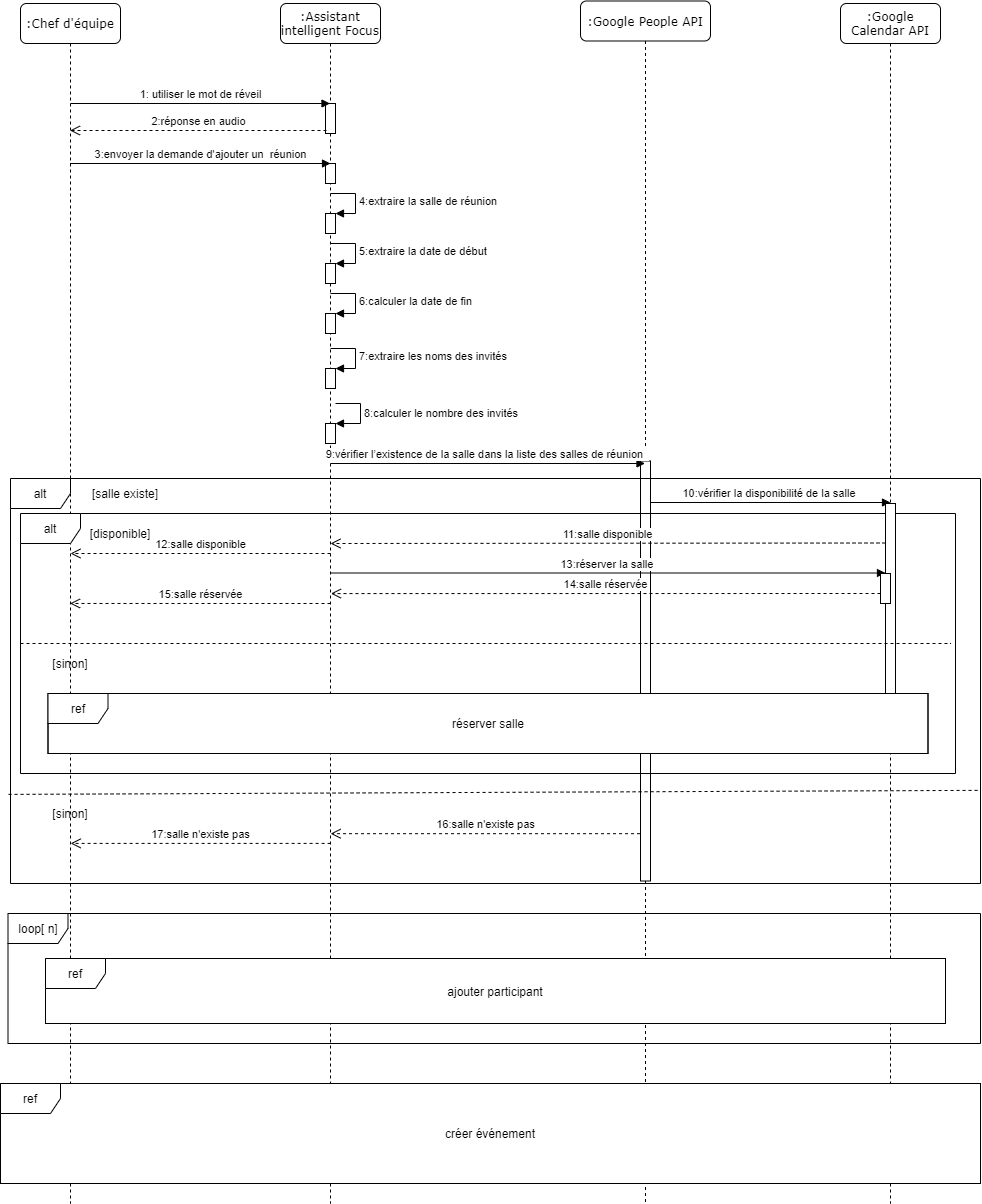
hanabouzid/diagrams keeps this draw.io diagram as finalregskill.png. Above is the earlier version. Source tidied: cells renumbered, new cells last; positions are measured from the earlier drawing's top-left corner, leaving out a move shared by most shapes.
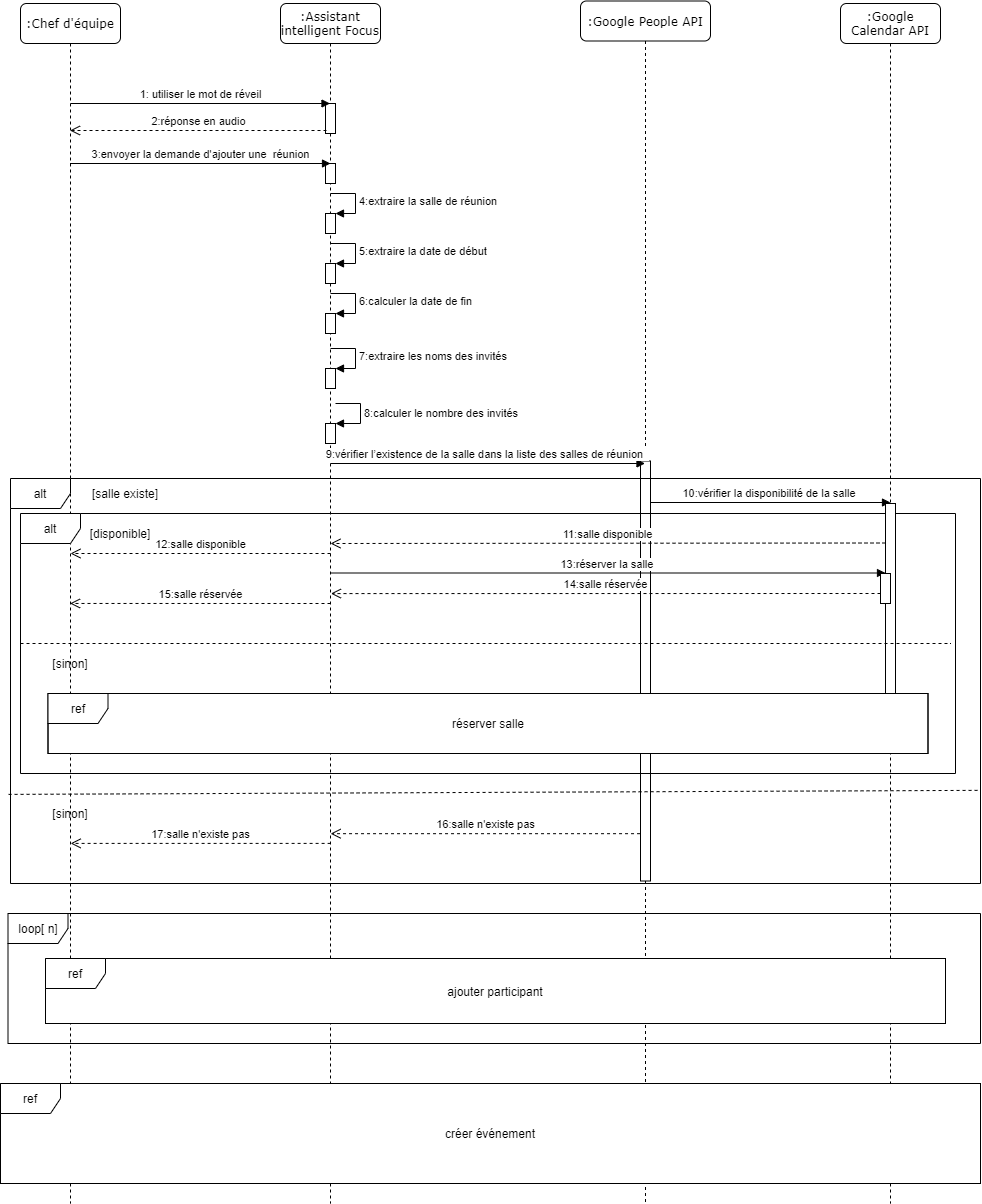
The same file after the commit.

Diff of the diagram source:
```diff
@@ -80,7 +80,7 @@
         <mxPoint x="69.5" y="129" as="targetPoint" />
       </mxGeometry>
     </mxCell>
-    <mxCell id="20" value="3:envoyer la demande d'ajouter un&amp;nbsp; réunion" style="html=1;verticalAlign=bottom;endArrow=block;" parent="1" edge="1" source="2">
+    <mxCell id="20" value="3:envoyer la demande d'ajouter une&amp;nbsp; réunion" style="html=1;verticalAlign=bottom;endArrow=block;" parent="1" edge="1" source="2">
       <mxGeometry relative="1" as="geometry">
         <mxPoint x="330" y="162" as="targetPoint" />
       </mxGeometry>
```
